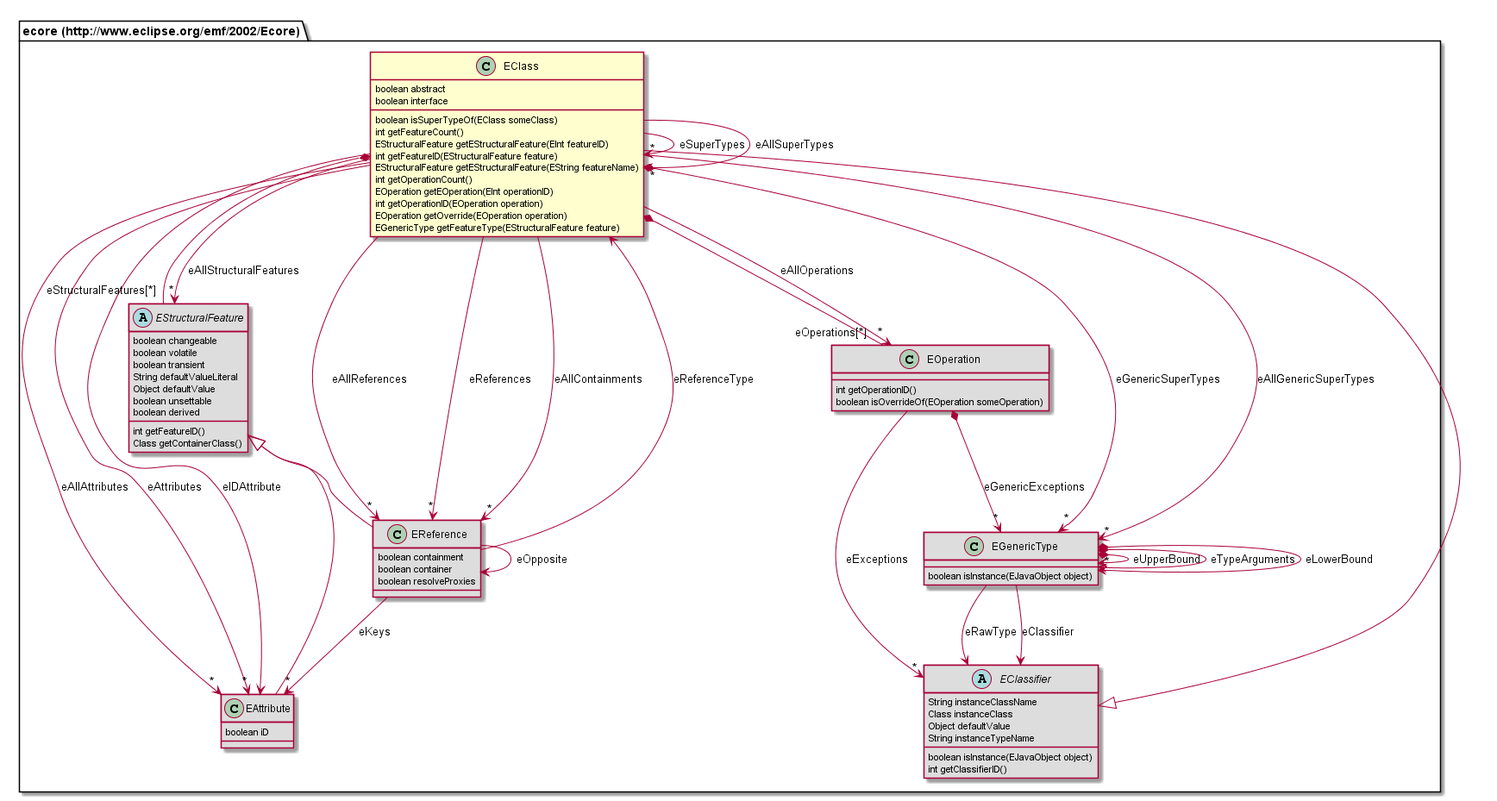
Above: org.nasdanika.html.repository/src/site/resources/app-model-doc/687474703a2f2f7777772e65636c697073652e6f72672f656d662f323030322f45636f7265/EClass.png in Nasdanika/html (PlantUML), before the change.
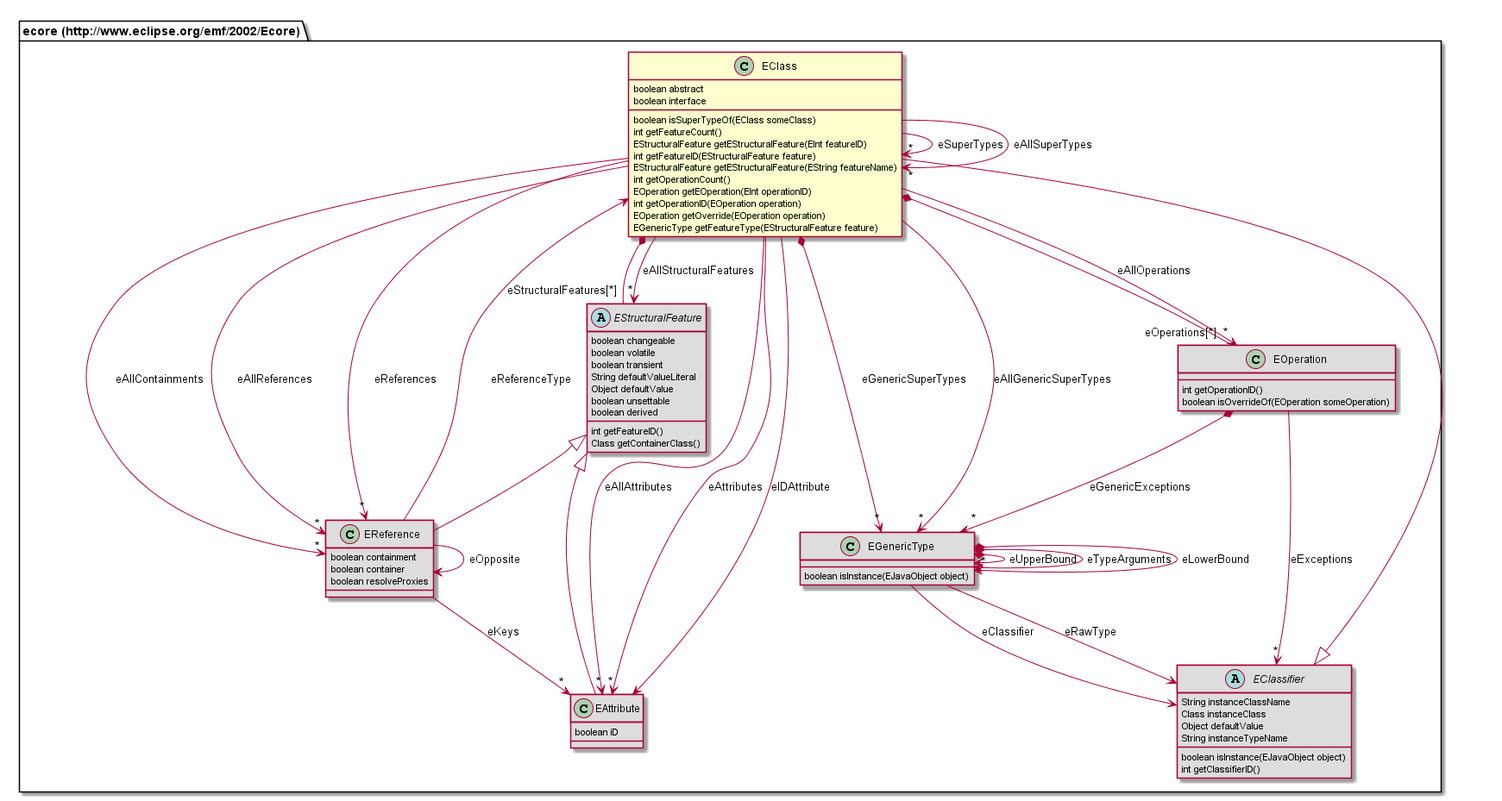
After the commit.

Change to the diagram source:
```diff
@@ -13,21 +13,17 @@
 	EOperation getOverride(EOperation operation)
 	EGenericType getFeatureType(EStructuralFeature feature)
 }
-class "ecore (http://www.eclipse.org/emf/2002/Ecore).EAttribute" [[#router/doc-content/687474703a2f2f7777772e65636c697073652e6f72672f656d662f323030322f45636f7265/EAttribute.html]] #DDDDDD {
-	boolean iD
-}
 class "ecore (http://www.eclipse.org/emf/2002/Ecore).EReference" [[#router/doc-content/687474703a2f2f7777772e65636c697073652e6f72672f656d662f323030322f45636f7265/EReference.html]] #DDDDDD {
 	boolean containment
 	boolean container
 	boolean resolveProxies
 }
-abstract class "ecore (http://www.eclipse.org/emf/2002/Ecore).EClassifier" [[#router/doc-content/687474703a2f2f7777772e65636c697073652e6f72672f656d662f323030322f45636f7265/EClassifier.html]] #DDDDDD {
-	String instanceClassName
-	Class instanceClass
-	Object defaultValue
-	String instanceTypeName
-	boolean isInstance(EJavaObject object)
-	int getClassifierID()
+class "ecore (http://www.eclipse.org/emf/2002/Ecore).EAttribute" [[#router/doc-content/687474703a2f2f7777772e65636c697073652e6f72672f656d662f323030322f45636f7265/EAttribute.html]] #DDDDDD {
+	boolean iD
+}
+class "ecore (http://www.eclipse.org/emf/2002/Ecore).EOperation" [[#router/doc-content/687474703a2f2f7777772e65636c697073652e6f72672f656d662f323030322f45636f7265/EOperation.html]] #DDDDDD {
+	int getOperationID()
+	boolean isOverrideOf(EOperation someOperation)
 }
 abstract class "ecore (http://www.eclipse.org/emf/2002/Ecore).EStructuralFeature" [[#router/doc-content/687474703a2f2f7777772e65636c697073652e6f72672f656d662f323030322f45636f7265/EStructuralFeature.html]] #DDDDDD {
 	boolean changeable
@@ -40,16 +36,20 @@
 	int getFeatureID()
 	Class getContainerClass()
 }
+abstract class "ecore (http://www.eclipse.org/emf/2002/Ecore).EClassifier" [[#router/doc-content/687474703a2f2f7777772e65636c697073652e6f72672f656d662f323030322f45636f7265/EClassifier.html]] #DDDDDD {
+	String instanceClassName
+	Class instanceClass
+	Object defaultValue
+	String instanceTypeName
+	boolean isInstance(EJavaObject object)
+	int getClassifierID()
+}
 class "ecore (http://www.eclipse.org/emf/2002/Ecore).EGenericType" [[#router/doc-content/687474703a2f2f7777772e65636c697073652e6f72672f656d662f323030322f45636f7265/EGenericType.html]] #DDDDDD {
 	boolean isInstance(EJavaObject object)
 }
-class "ecore (http://www.eclipse.org/emf/2002/Ecore).EOperation" [[#router/doc-content/687474703a2f2f7777772e65636c697073652e6f72672f656d662f323030322f45636f7265/EOperation.html]] #DDDDDD {
-	int getOperationID()
-	boolean isOverrideOf(EOperation someOperation)
-}
 "ecore (http://www.eclipse.org/emf/2002/Ecore).EClassifier" <|-- "ecore (http://www.eclipse.org/emf/2002/Ecore).EClass"
+"ecore (http://www.eclipse.org/emf/2002/Ecore).EStructuralFeature" <|-- "ecore (http://www.eclipse.org/emf/2002/Ecore).EReference"
 "ecore (http://www.eclipse.org/emf/2002/Ecore).EStructuralFeature" <|-- "ecore (http://www.eclipse.org/emf/2002/Ecore).EAttribute"
-"ecore (http://www.eclipse.org/emf/2002/Ecore).EStructuralFeature" <|-- "ecore (http://www.eclipse.org/emf/2002/Ecore).EReference"
 "ecore (http://www.eclipse.org/emf/2002/Ecore).EClass" --> "*" "ecore (http://www.eclipse.org/emf/2002/Ecore).EClass" : eSuperTypes
 "ecore (http://www.eclipse.org/emf/2002/Ecore).EClass" *-- "eOperations[*]" "ecore (http://www.eclipse.org/emf/2002/Ecore).EOperation"
 "ecore (http://www.eclipse.org/emf/2002/Ecore).EClass" --> "*" "ecore (http://www.eclipse.org/emf/2002/Ecore).EAttribute" : eAllAttributes
@@ -67,11 +67,11 @@
 "ecore (http://www.eclipse.org/emf/2002/Ecore).EReference" --> "ecore (http://www.eclipse.org/emf/2002/Ecore).EReference" : eOpposite
 "ecore (http://www.eclipse.org/emf/2002/Ecore).EReference" --> "ecore (http://www.eclipse.org/emf/2002/Ecore).EClass" : eReferenceType
 "ecore (http://www.eclipse.org/emf/2002/Ecore).EReference" --> "*" "ecore (http://www.eclipse.org/emf/2002/Ecore).EAttribute" : eKeys
+"ecore (http://www.eclipse.org/emf/2002/Ecore).EOperation" --> "*" "ecore (http://www.eclipse.org/emf/2002/Ecore).EClassifier" : eExceptions
+"ecore (http://www.eclipse.org/emf/2002/Ecore).EOperation" *--> "*" "ecore (http://www.eclipse.org/emf/2002/Ecore).EGenericType" : eGenericExceptions
 "ecore (http://www.eclipse.org/emf/2002/Ecore).EGenericType" *--> "ecore (http://www.eclipse.org/emf/2002/Ecore).EGenericType" : eUpperBound
 "ecore (http://www.eclipse.org/emf/2002/Ecore).EGenericType" *--> "*" "ecore (http://www.eclipse.org/emf/2002/Ecore).EGenericType" : eTypeArguments
 "ecore (http://www.eclipse.org/emf/2002/Ecore).EGenericType" --> "ecore (http://www.eclipse.org/emf/2002/Ecore).EClassifier" : eRawType
 "ecore (http://www.eclipse.org/emf/2002/Ecore).EGenericType" *--> "ecore (http://www.eclipse.org/emf/2002/Ecore).EGenericType" : eLowerBound
 "ecore (http://www.eclipse.org/emf/2002/Ecore).EGenericType" --> "ecore (http://www.eclipse.org/emf/2002/Ecore).EClassifier" : eClassifier
-"ecore (http://www.eclipse.org/emf/2002/Ecore).EOperation" --> "*" "ecore (http://www.eclipse.org/emf/2002/Ecore).EClassifier" : eExceptions
-"ecore (http://www.eclipse.org/emf/2002/Ecore).EOperation" *--> "*" "ecore (http://www.eclipse.org/emf/2002/Ecore).EGenericType" : eGenericExceptions
 @enduml
```
